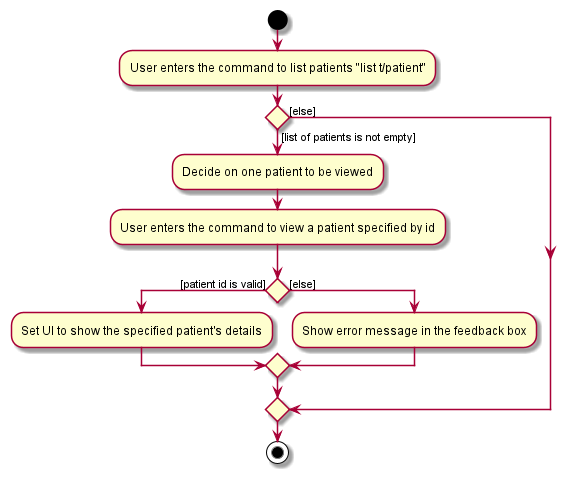
Earlier version of the PlantUML export docs/images/viewPatientActivityDiagram.png (simonjulianl/tp). The source it was exported from:
```plantuml
@startuml
start
:User enters the command to list patients "list t/patient";


if () then ([list of patients is not empty])
:Decide on one patient to be viewed;
:User enters the command to view a patient specified by id;
    if () then ([patient id is valid])
        :Set UI to show the specified patient's details;
    else ([else])
        :Show error message in the feedback box;
    endif
else ([else])
endif
stop
@enduml
```
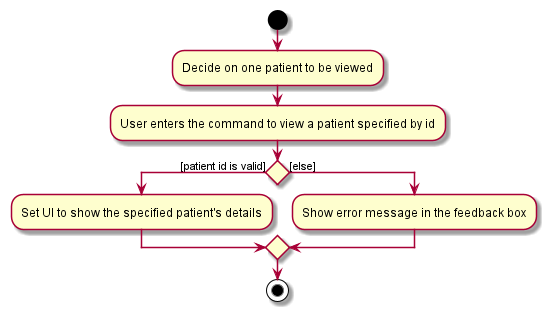
Above is the later version.

What changed in the source:
```diff
@@ -1,9 +1,6 @@
 @startuml
 start
-:User enters the command to list patients "list t/patient";
 
-
-if () then ([list of patients is not empty])
 :Decide on one patient to be viewed;
 :User enters the command to view a patient specified by id;
     if () then ([patient id is valid])
@@ -11,7 +8,5 @@
     else ([else])
         :Show error message in the feedback box;
     endif
-else ([else])
-endif
 stop
 @enduml
```
